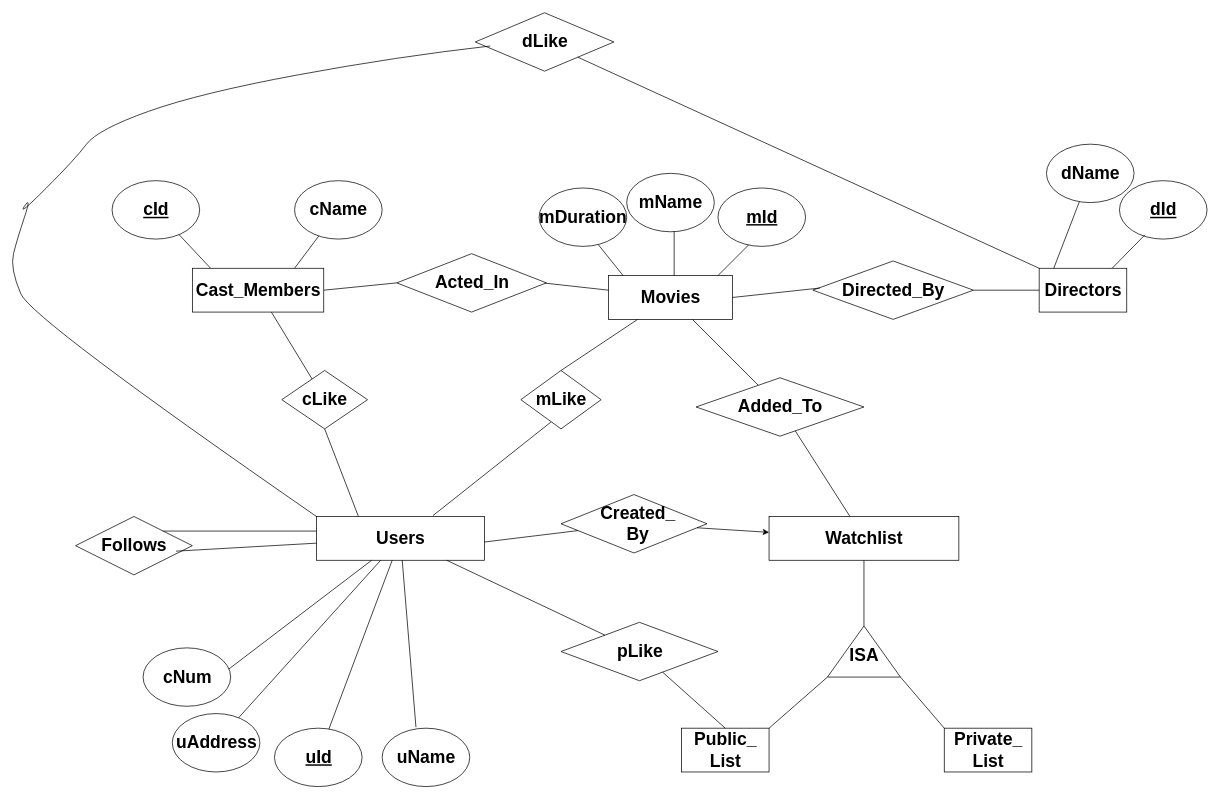
This is Untitled Diagram.drawio from swausbeard/SumaLumaDumaLama, a draw.io file, before an edit. Source tidied: cells renumbered, new cells numbered last; positions are measured from the earlier drawing's top-left corner, leaving out a move shared by most shapes. Both pictures are drawn from the tidied source at 73%, with x=0, y=0 at pixel (9, 12).
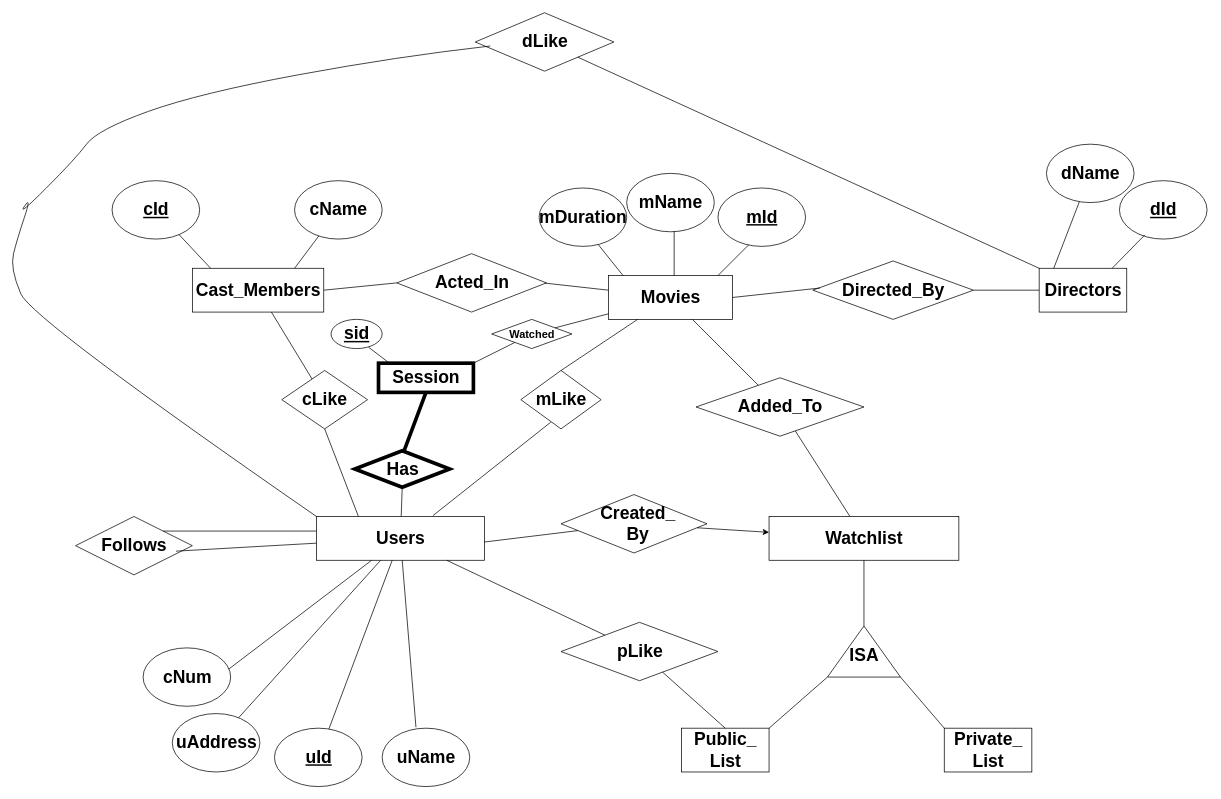
After the change.

Unchanged cells that the change refers to:
```xml
<mxCell id="3" style="rounded=0;whiteSpace=wrap;html=1;" parent="1" vertex="1">
  <mxGeometry x="820" y="360" width="170" height="60" as="geometry" />
</mxCell>
<mxCell id="38" style="rounded=0;whiteSpace=wrap;html=1;" parent="1" vertex="1">
  <mxGeometry x="420" y="690" width="230" height="60" as="geometry" />
</mxCell>
```

What changed in the source:
```diff
@@
+    <mxCell id="90" style="rhombus;whiteSpace=wrap;html=1;strokeWidth=5;" parent="1" vertex="1">
+      <mxGeometry x="472.5" y="600" width="130" height="50" as="geometry" />
+    </mxCell>
+    <mxCell id="91" value="Has" style="text;strokeColor=none;fillColor=none;html=1;fontSize=24;fontStyle=1;verticalAlign=middle;align=center;" parent="1" vertex="1">
+      <mxGeometry x="487.5" y="605" width="100" height="40" as="geometry" />
+    </mxCell>
+    <mxCell id="92" style="endArrow=none;html=1;rounded=0;entryX=0.5;entryY=1;entryDx=0;entryDy=0;" parent="1" edge="1" source="38" target="90">
+      <mxGeometry relative="1" as="geometry" />
+    </mxCell>
+    <mxCell id="93" style="rounded=0;whiteSpace=wrap;html=1;strokeWidth=5;" parent="1" vertex="1">
+      <mxGeometry x="505" y="480" width="130" height="40" as="geometry" />
+    </mxCell>
+    <mxCell id="94" value="Session" style="text;strokeColor=none;fillColor=none;html=1;fontSize=24;fontStyle=1;verticalAlign=middle;align=center;" parent="1" vertex="1">
+      <mxGeometry x="520" y="480" width="100" height="40" as="geometry" />
+    </mxCell>
+    <mxCell id="95" style="endArrow=none;html=1;rounded=0;entryX=0.5;entryY=1;entryDx=0;entryDy=0;fontSize=15;strokeWidth=5;" parent="1" edge="1" target="94">
+      <mxGeometry relative="1" as="geometry">
+        <mxPoint x="540" y="600" as="sourcePoint" />
+      </mxGeometry>
+    </mxCell>
+    <mxCell id="96" style="ellipse;whiteSpace=wrap;html=1;" parent="1" vertex="1">
+      <mxGeometry x="440" y="420" width="70" height="40" as="geometry" />
+    </mxCell>
+    <mxCell id="97" value="sid" style="text;strokeColor=none;fillColor=none;html=1;fontSize=24;fontStyle=5;verticalAlign=middle;align=center;" parent="1" vertex="1">
+      <mxGeometry x="425" y="420" width="100" height="40" as="geometry" />
+    </mxCell>
+    <mxCell id="98" style="endArrow=none;html=1;rounded=0;entryX=0.665;entryY=0.955;entryDx=0;entryDy=0;entryPerimeter=0;exitX=0;exitY=0;exitDx=0;exitDy=0;" parent="1" edge="1" source="94" target="97">
+      <mxGeometry relative="1" as="geometry" />
+    </mxCell>
+    <mxCell id="99" style="rhombus;whiteSpace=wrap;html=1;" parent="1" vertex="1">
+      <mxGeometry x="660" y="420" width="110" height="40" as="geometry" />
+    </mxCell>
+    <mxCell id="100" value="Watched" style="text;strokeColor=none;fillColor=none;html=1;fontSize=15;fontStyle=1;verticalAlign=middle;align=center;" parent="1" vertex="1">
+      <mxGeometry x="686.2" y="430" width="57.5" height="20" as="geometry" />
+    </mxCell>
+    <mxCell id="101" style="endArrow=none;html=1;rounded=0;exitX=1;exitY=0;exitDx=0;exitDy=0;" parent="1" edge="1" source="93" target="99">
+      <mxGeometry relative="1" as="geometry" />
+    </mxCell>
+    <mxCell id="102" style="endArrow=none;html=1;rounded=0;" parent="1" edge="1" source="99" target="3">
+      <mxGeometry relative="1" as="geometry" />
+    </mxCell>
```
